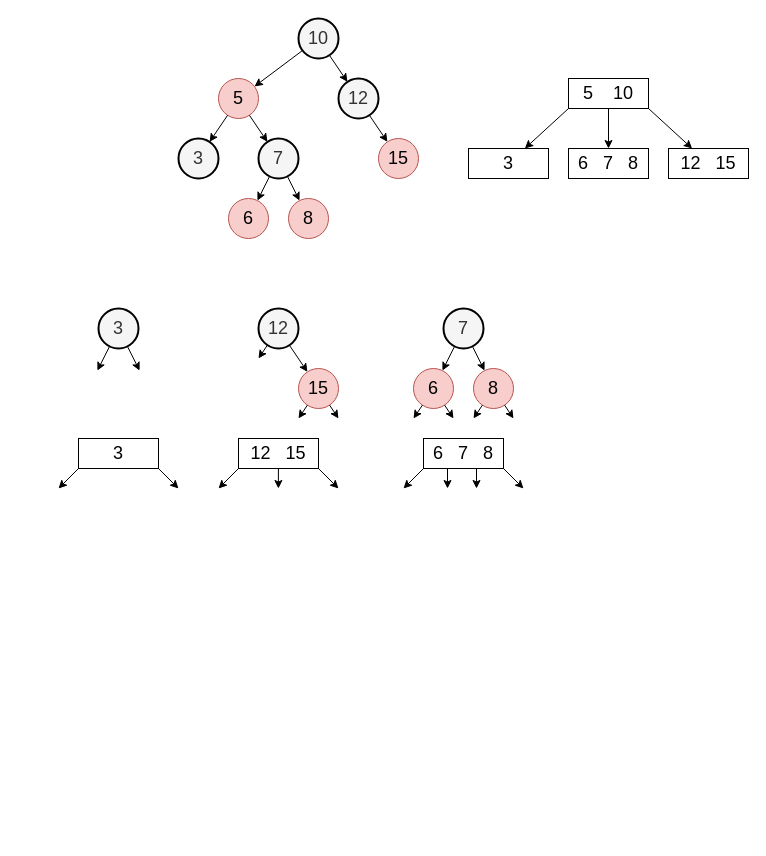
Above: page "Page-3" (3 of 3) of external/images/balanced-trees/balancedtrees.drawio in ascholerChemeketa/welcomeprogramming (draw.io), before the change. Source tidied: cells renumbered, new cells numbered last; positions are measured from the earlier drawing's top-left corner, leaving out a move shared by most shapes. Both pictures are drawn from the tidied source at 100%, with x=0, y=0 at pixel (58, 18).
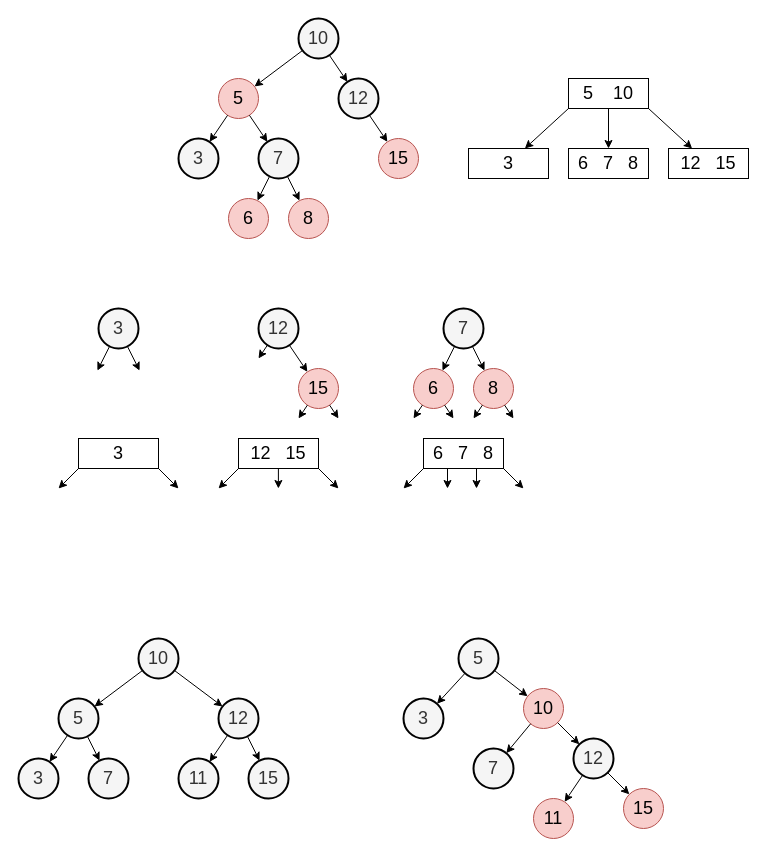
Above is the later version.

Change to the diagram source:
```diff
@@
+    <mxCell id="54" value="10" style="ellipse;whiteSpace=wrap;html=1;fontSize=18;fillColor=#f5f5f5;fontColor=#333333;strokeColor=#000000;strokeWidth=2;" parent="1" vertex="1">
+      <mxGeometry x="80" y="620" width="40" height="40" as="geometry" />
+    </mxCell>
+    <mxCell id="55" value="5" style="ellipse;whiteSpace=wrap;html=1;fontSize=18;fillColor=#f5f5f5;strokeColor=#000000;fontColor=#333333;strokeWidth=2;" parent="1" vertex="1">
+      <mxGeometry y="680" width="40" height="40" as="geometry" />
+    </mxCell>
+    <mxCell id="56" style="endArrow=classic;html=1;fontSize=18;" parent="1" edge="1" source="54" target="55">
+      <mxGeometry relative="1" as="geometry" />
+    </mxCell>
+    <mxCell id="57" value="7" style="ellipse;whiteSpace=wrap;html=1;fontSize=18;fillColor=#f5f5f5;fontColor=#333333;strokeColor=#000000;strokeWidth=2;" parent="1" vertex="1">
+      <mxGeometry x="30" y="740" width="40" height="40" as="geometry" />
+    </mxCell>
+    <mxCell id="58" value="3" style="ellipse;whiteSpace=wrap;html=1;fontSize=18;fillColor=#f5f5f5;fontColor=#333333;strokeColor=#000000;strokeWidth=2;" parent="1" vertex="1">
+      <mxGeometry x="-40" y="740" width="40" height="40" as="geometry" />
+    </mxCell>
+    <mxCell id="59" style="endArrow=classic;html=1;fontSize=18;" parent="1" edge="1" source="55" target="58">
+      <mxGeometry relative="1" as="geometry" />
+    </mxCell>
+    <mxCell id="60" style="endArrow=classic;html=1;fontSize=18;" parent="1" edge="1" source="55" target="57">
+      <mxGeometry relative="1" as="geometry" />
+    </mxCell>
+    <mxCell id="61" value="12" style="ellipse;whiteSpace=wrap;html=1;fontSize=18;fillColor=#f5f5f5;fontColor=#333333;strokeColor=#000000;strokeWidth=2;" parent="1" vertex="1">
+      <mxGeometry x="160" y="680" width="40" height="40" as="geometry" />
+    </mxCell>
+    <mxCell id="62" value="15" style="ellipse;whiteSpace=wrap;html=1;fontSize=18;fillColor=#f5f5f5;strokeColor=#000000;fontColor=#333333;strokeWidth=2;" parent="1" vertex="1">
+      <mxGeometry x="190" y="740" width="40" height="40" as="geometry" />
+    </mxCell>
+    <mxCell id="63" style="endArrow=classic;html=1;fontSize=18;" parent="1" edge="1" source="54" target="61">
+      <mxGeometry relative="1" as="geometry" />
+    </mxCell>
+    <mxCell id="64" style="endArrow=classic;html=1;fontSize=18;" parent="1" edge="1" source="61" target="62">
+      <mxGeometry relative="1" as="geometry" />
+    </mxCell>
+    <mxCell id="65" value="11" style="ellipse;whiteSpace=wrap;html=1;fontSize=18;fillColor=#f5f5f5;strokeColor=#000000;fontColor=#333333;strokeWidth=2;" parent="1" vertex="1">
+      <mxGeometry x="120" y="740" width="40" height="40" as="geometry" />
+    </mxCell>
+    <mxCell id="66" style="endArrow=classic;html=1;fontSize=18;" parent="1" edge="1" source="61" target="65">
+      <mxGeometry relative="1" as="geometry" />
+    </mxCell>
+    <mxCell id="67" value="10" style="ellipse;whiteSpace=wrap;html=1;fontSize=18;fillColor=#f8cecc;strokeColor=#b85450;strokeWidth=1;" parent="1" vertex="1">
+      <mxGeometry x="465" y="670" width="40" height="40" as="geometry" />
+    </mxCell>
+    <mxCell id="68" value="5" style="ellipse;whiteSpace=wrap;html=1;fontSize=18;fillColor=#f5f5f5;strokeColor=#000000;fontColor=#333333;strokeWidth=2;" parent="1" vertex="1">
+      <mxGeometry x="400" y="620" width="40" height="40" as="geometry" />
+    </mxCell>
+    <mxCell id="69" style="endArrow=classic;html=1;fontSize=18;" parent="1" edge="1" source="67" target="70">
+      <mxGeometry relative="1" as="geometry" />
+    </mxCell>
+    <mxCell id="70" value="7" style="ellipse;whiteSpace=wrap;html=1;fontSize=18;fillColor=#f5f5f5;strokeColor=#000000;strokeWidth=2;fontColor=#333333;" parent="1" vertex="1">
+      <mxGeometry x="415" y="730" width="40" height="40" as="geometry" />
+    </mxCell>
+    <mxCell id="71" value="3" style="ellipse;whiteSpace=wrap;html=1;fontSize=18;fillColor=#f5f5f5;fontColor=#333333;strokeColor=#000000;strokeWidth=2;" parent="1" vertex="1">
+      <mxGeometry x="345" y="680" width="40" height="40" as="geometry" />
+    </mxCell>
+    <mxCell id="72" style="endArrow=classic;html=1;fontSize=18;" parent="1" edge="1" source="68" target="71">
+      <mxGeometry relative="1" as="geometry" />
+    </mxCell>
+    <mxCell id="73" style="endArrow=classic;html=1;fontSize=18;" parent="1" edge="1" source="68" target="67">
+      <mxGeometry relative="1" as="geometry" />
+    </mxCell>
+    <mxCell id="74" value="12" style="ellipse;whiteSpace=wrap;html=1;fontSize=18;fillColor=#f5f5f5;strokeColor=#000000;strokeWidth=2;fontColor=#333333;" parent="1" vertex="1">
+      <mxGeometry x="515" y="720" width="40" height="40" as="geometry" />
+    </mxCell>
+    <mxCell id="75" value="15" style="ellipse;whiteSpace=wrap;html=1;fontSize=18;fillColor=#f8cecc;strokeColor=#b85450;strokeWidth=1;" parent="1" vertex="1">
+      <mxGeometry x="565" y="770" width="40" height="40" as="geometry" />
+    </mxCell>
+    <mxCell id="76" style="endArrow=classic;html=1;fontSize=18;" parent="1" edge="1" source="67" target="74">
+      <mxGeometry relative="1" as="geometry" />
+    </mxCell>
+    <mxCell id="77" style="endArrow=classic;html=1;fontSize=18;" parent="1" edge="1" source="74" target="75">
+      <mxGeometry relative="1" as="geometry" />
+    </mxCell>
+    <mxCell id="78" value="11" style="ellipse;whiteSpace=wrap;html=1;fontSize=18;fillColor=#f8cecc;strokeColor=#b85450;strokeWidth=1;" parent="1" vertex="1">
+      <mxGeometry x="475" y="780" width="40" height="40" as="geometry" />
+    </mxCell>
+    <mxCell id="79" style="endArrow=classic;html=1;fontSize=18;" parent="1" edge="1" source="74" target="78">
+      <mxGeometry relative="1" as="geometry" />
+    </mxCell>
```
